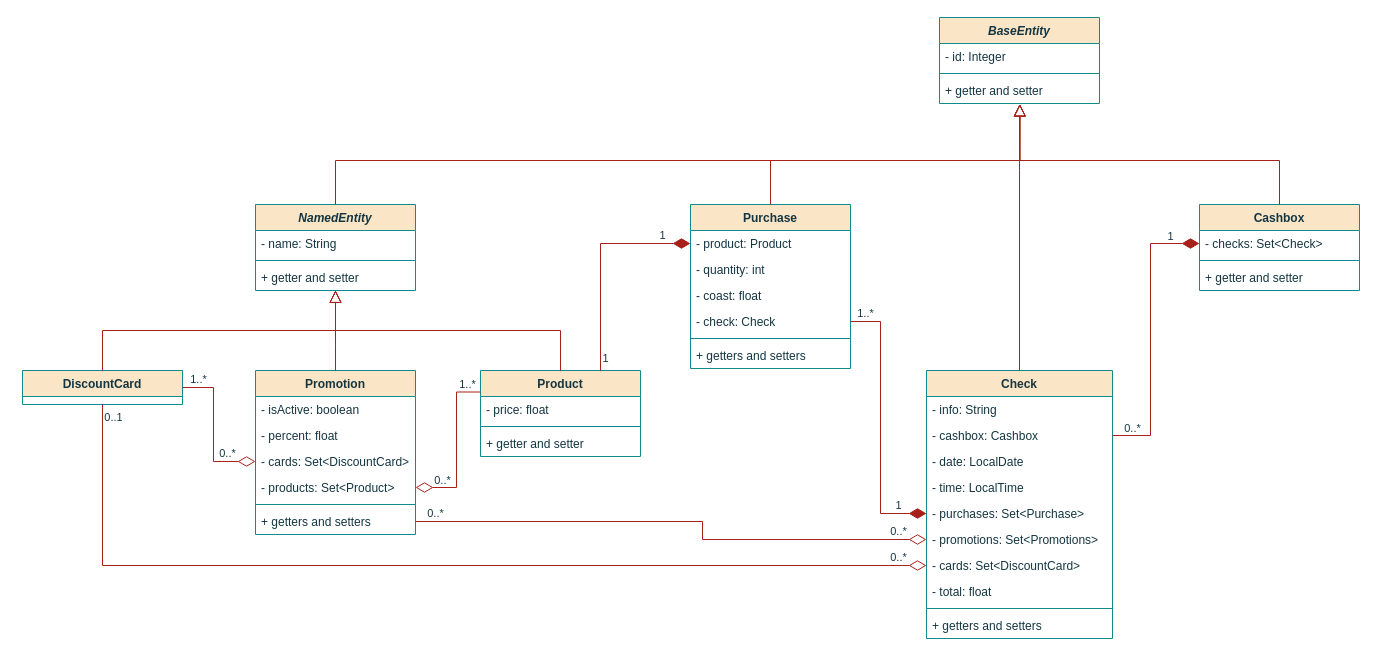
This is diagram/uml-class-diagram.drawio from dyskop/receipt-demo, a draw.io file, before an edit. Source tidied: cells renumbered, new cells numbered last; positions are measured from the earlier drawing's top-left corner, leaving out a move shared by most shapes. Both pictures are drawn from the tidied source at 100%, with x=0, y=0 at pixel (22, 17).
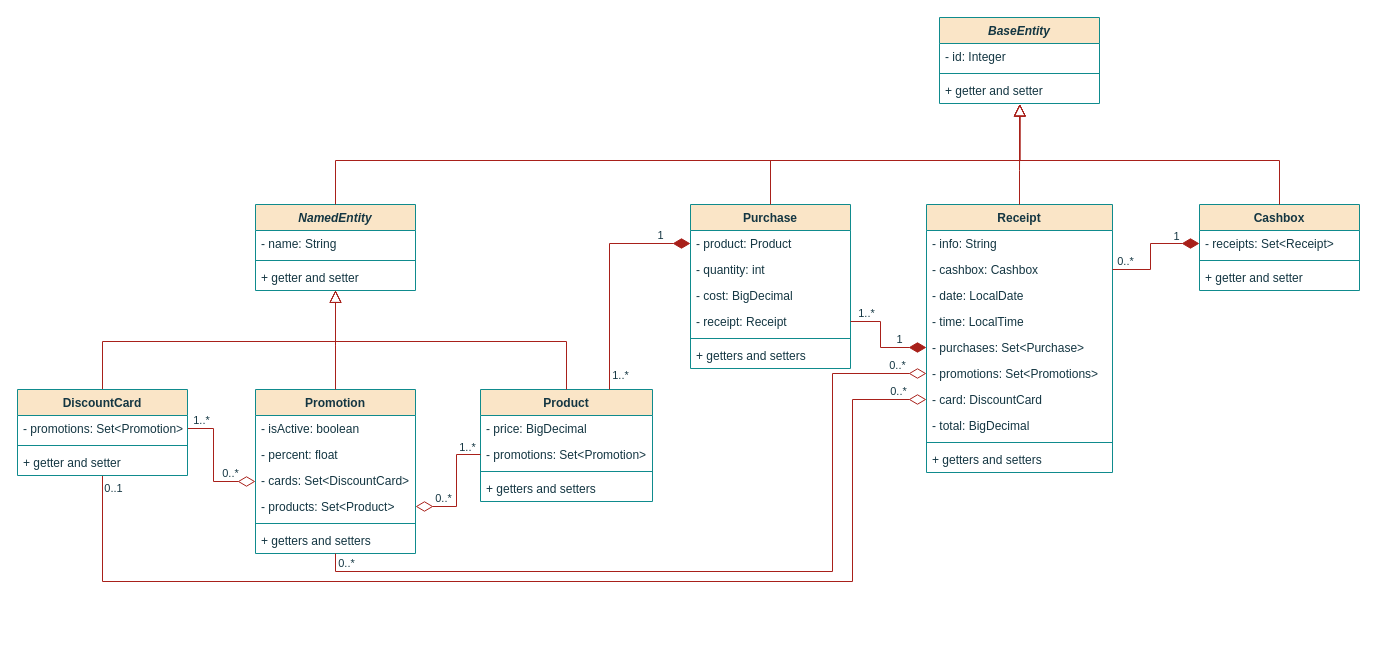
The same diagram, later.

Commit message (it also covers changes not shown here):
fix: modify UML class diagram

The change refers to these unchanged cells:
```xml
<mxCell id="14" value="+ getter and setter" style="text;align=left;verticalAlign=top;spacingLeft=4;spacingRight=4;overflow=hidden;points=[[0,0.5],[1,0.5]];portConstraint=eastwest;rounded=0;labelBackgroundColor=none;fontColor=#143642;" parent="11" vertex="1">
  <mxGeometry y="60" width="160" height="26" as="geometry" />
</mxCell>
<mxCell id="17" value="- cashbox: Cashbox" style="text;align=left;verticalAlign=top;spacingLeft=4;spacingRight=4;overflow=hidden;points=[[0,0.5],[1,0.5]];portConstraint=eastwest;rounded=0;labelBackgroundColor=none;fontColor=#143642;" parent="15" vertex="1">
  <mxGeometry y="52" width="186" height="26" as="geometry" />
</mxCell>
<mxCell id="20" value="- purchases: Set&lt;Purchase&gt;" style="text;align=left;verticalAlign=top;spacingLeft=4;spacingRight=4;overflow=hidden;points=[[0,0.5],[1,0.5]];portConstraint=eastwest;rounded=0;labelBackgroundColor=none;fontColor=#143642;" parent="15" vertex="1">
  <mxGeometry y="130" width="186" height="26" as="geometry" />
</mxCell>
<mxCell id="21" value="- promotions: Set&lt;Promotions&gt;" style="text;align=left;verticalAlign=top;spacingLeft=4;spacingRight=4;overflow=hidden;points=[[0,0.5],[1,0.5]];portConstraint=eastwest;rounded=0;labelBackgroundColor=none;fontColor=#143642;" parent="15" vertex="1">
  <mxGeometry y="156" width="186" height="26" as="geometry" />
</mxCell>
<mxCell id="26" value="Purchase" style="swimlane;fontStyle=1;align=center;verticalAlign=top;horizontal=1;startSize=26;rounded=0;shadow=0;strokeWidth=1;labelBackgroundColor=none;fillColor=#FAE5C7;strokeColor=#0F8B8D;fontColor=#143642;" parent="1" vertex="1">
  <mxGeometry x="668" y="187" width="160" height="164" as="geometry" />
</mxCell>
<mxCell id="27" value="- product: Product" style="text;align=left;verticalAlign=top;spacingLeft=4;spacingRight=4;overflow=hidden;points=[[0,0.5],[1,0.5]];portConstraint=eastwest;rounded=0;labelBackgroundColor=none;fontColor=#143642;" parent="26" vertex="1">
  <mxGeometry y="26" width="160" height="26" as="geometry" />
</mxCell>
<mxCell id="36" value="- cards: Set&lt;DiscountCard&gt;" style="text;align=left;verticalAlign=top;spacingLeft=4;spacingRight=4;overflow=hidden;points=[[0,0.5],[1,0.5]];portConstraint=eastwest;rounded=0;labelBackgroundColor=none;fontColor=#143642;" parent="33" vertex="1">
  <mxGeometry y="78" width="160" height="26" as="geometry" />
</mxCell>
<mxCell id="37" value="- products: Set&lt;Product&gt;" style="text;align=left;verticalAlign=top;spacingLeft=4;spacingRight=4;overflow=hidden;points=[[0,0.5],[1,0.5]];portConstraint=eastwest;rounded=0;labelBackgroundColor=none;fontColor=#143642;" parent="33" vertex="1">
  <mxGeometry y="104" width="160" height="26" as="geometry" />
</mxCell>
<mxCell id="39" value="+ getters and setters" style="text;align=left;verticalAlign=top;spacingLeft=4;spacingRight=4;overflow=hidden;points=[[0,0.5],[1,0.5]];portConstraint=eastwest;rounded=0;labelBackgroundColor=none;fontColor=#143642;" parent="33" vertex="1">
  <mxGeometry y="138" width="160" height="26" as="geometry" />
</mxCell>
<mxCell id="41" value="Cashbox" style="swimlane;fontStyle=1;align=center;verticalAlign=top;horizontal=1;startSize=26;rounded=0;shadow=0;strokeWidth=1;labelBackgroundColor=none;fillColor=#FAE5C7;strokeColor=#0F8B8D;fontColor=#143642;" parent="1" vertex="1">
  <mxGeometry x="1177" y="187" width="160" height="86" as="geometry" />
</mxCell>
```

The edit, as a diff of the source:
```diff
@@
     <mxCell id="6" value="Product" style="swimlane;fontStyle=1;align=center;verticalAlign=top;horizontal=1;startSize=26;rounded=0;shadow=0;strokeWidth=1;labelBackgroundColor=none;fillColor=#FAE5C7;strokeColor=#0F8B8D;fontColor=#143642;" parent="1" vertex="1">
-      <mxGeometry x="458" y="353" width="160" height="86" as="geometry" />
+      <mxGeometry x="458" y="372" width="172" height="112" as="geometry" />
     </mxCell>
-    <mxCell id="7" value="- price: float" style="text;align=left;verticalAlign=top;spacingLeft=4;spacingRight=4;overflow=hidden;rounded=0;labelBackgroundColor=none;fontColor=#143642;" parent="6" vertex="1">
-      <mxGeometry y="26" width="160" height="26" as="geometry" />
+    <mxCell id="7" value="- price: BigDecimal" style="text;align=left;verticalAlign=top;spacingLeft=4;spacingRight=4;overflow=hidden;rounded=0;labelBackgroundColor=none;fontColor=#143642;" parent="6" vertex="1">
+      <mxGeometry y="26" width="172" height="26" as="geometry" />
     </mxCell>
+    <mxCell id="72" value="- promotions: Set&lt;Promotion&gt;" style="text;align=left;verticalAlign=top;spacingLeft=4;spacingRight=4;overflow=hidden;points=[[0,0.5],[1,0.5]];portConstraint=eastwest;rounded=0;labelBackgroundColor=none;fontColor=#143642;" parent="6" vertex="1">
+      <mxGeometry y="52" width="172" height="26" as="geometry" />
+    </mxCell>
     <mxCell id="8" style="line;html=1;strokeWidth=1;align=left;verticalAlign=middle;spacingTop=-1;spacingLeft=3;spacingRight=3;labelPosition=right;rounded=0;labelBackgroundColor=none;fillColor=#FAE5C7;strokeColor=#0F8B8D;fontColor=#143642;" parent="6" vertex="1">
-      <mxGeometry y="52" width="160" height="8" as="geometry" />
+      <mxGeometry y="78" width="172" height="8" as="geometry" />
     </mxCell>
-    <mxCell id="9" value="+ getter and setter" style="text;align=left;verticalAlign=top;spacingLeft=4;spacingRight=4;overflow=hidden;rounded=0;labelBackgroundColor=none;fontColor=#143642;" parent="6" vertex="1">
-      <mxGeometry y="60" width="160" height="26" as="geometry" />
+    <mxCell id="9" value="+ getters and setters" style="text;align=left;verticalAlign=top;spacingLeft=4;spacingRight=4;overflow=hidden;rounded=0;labelBackgroundColor=none;fontColor=#143642;" parent="6" vertex="1">
+      <mxGeometry y="86" width="172" height="26" as="geometry" />
     </mxCell>
-    <mxCell id="10" value="DiscountCard" style="swimlane;fontStyle=1;align=center;verticalAlign=top;horizontal=1;startSize=26;rounded=0;shadow=0;strokeWidth=1;labelBackgroundColor=none;fillColor=#FAE5C7;strokeColor=#0F8B8D;fontColor=#143642;" parent="1" vertex="1">
-      <mxGeometry y="353" width="160" height="34" as="geometry" />
-    </mxCell>
@@
-    <mxCell id="15" value="Check" style="swimlane;fontStyle=1;align=center;verticalAlign=top;horizontal=1;startSize=26;rounded=0;shadow=0;strokeWidth=1;labelBackgroundColor=none;fillColor=#FAE5C7;strokeColor=#0F8B8D;fontColor=#143642;" parent="1" vertex="1">
-      <mxGeometry x="904" y="353" width="186" height="268" as="geometry" />
+    <mxCell id="15" value="Receipt" style="swimlane;fontStyle=1;align=center;verticalAlign=top;horizontal=1;startSize=26;rounded=0;shadow=0;strokeWidth=1;labelBackgroundColor=none;fillColor=#FAE5C7;strokeColor=#0F8B8D;fontColor=#143642;" parent="1" vertex="1">
+      <mxGeometry x="904" y="187" width="186" height="268" as="geometry" />
     </mxCell>
@@
-    <mxCell id="22" value="- cards: Set&lt;DiscountCard&gt;" style="text;align=left;verticalAlign=top;spacingLeft=4;spacingRight=4;overflow=hidden;points=[[0,0.5],[1,0.5]];portConstraint=eastwest;rounded=0;labelBackgroundColor=none;fontColor=#143642;" parent="15" vertex="1">
+    <mxCell id="22" value="- card: DiscountCard" style="text;align=left;verticalAlign=top;spacingLeft=4;spacingRight=4;overflow=hidden;points=[[0,0.5],[1,0.5]];portConstraint=eastwest;rounded=0;labelBackgroundColor=none;fontColor=#143642;" parent="15" vertex="1">
       <mxGeometry y="182" width="186" height="26" as="geometry" />
     </mxCell>
-    <mxCell id="23" value="- total: float" style="text;align=left;verticalAlign=top;spacingLeft=4;spacingRight=4;overflow=hidden;rounded=0;labelBackgroundColor=none;fontColor=#143642;" parent="15" vertex="1">
+    <mxCell id="23" value="- total: BigDecimal" style="text;align=left;verticalAlign=top;spacingLeft=4;spacingRight=4;overflow=hidden;rounded=0;labelBackgroundColor=none;fontColor=#143642;" parent="15" vertex="1">
       <mxGeometry y="208" width="186" height="26" as="geometry" />
     </mxCell>
@@
-    <mxCell id="29" value="- coast: float" style="text;align=left;verticalAlign=top;spacingLeft=4;spacingRight=4;overflow=hidden;rounded=0;labelBackgroundColor=none;fontColor=#143642;" parent="26" vertex="1">
+    <mxCell id="29" value="- cost: BigDecimal" style="text;align=left;verticalAlign=top;spacingLeft=4;spacingRight=4;overflow=hidden;rounded=0;labelBackgroundColor=none;fontColor=#143642;" parent="26" vertex="1">
       <mxGeometry y="78" width="160" height="26" as="geometry" />
     </mxCell>
-    <mxCell id="30" value="- check: Check" style="text;align=left;verticalAlign=top;spacingLeft=4;spacingRight=4;overflow=hidden;points=[[0,0.5],[1,0.5]];portConstraint=eastwest;rounded=0;labelBackgroundColor=none;fontColor=#143642;" parent="26" vertex="1">
+    <mxCell id="30" value="- receipt: Receipt" style="text;align=left;verticalAlign=top;spacingLeft=4;spacingRight=4;overflow=hidden;points=[[0,0.5],[1,0.5]];portConstraint=eastwest;rounded=0;labelBackgroundColor=none;fontColor=#143642;" parent="26" vertex="1">
       <mxGeometry y="104" width="160" height="26" as="geometry" />
     </mxCell>
@@
     <mxCell id="33" value="Promotion" style="swimlane;fontStyle=1;align=center;verticalAlign=top;horizontal=1;startSize=26;rounded=0;shadow=0;strokeWidth=1;labelBackgroundColor=none;fillColor=#FAE5C7;strokeColor=#0F8B8D;fontColor=#143642;" parent="1" vertex="1">
-      <mxGeometry x="233" y="353" width="160" height="164" as="geometry" />
+      <mxGeometry x="233" y="372" width="160" height="164" as="geometry" />
     </mxCell>
@@
-    <mxCell id="42" value="- checks: Set&lt;Check&gt;" style="text;align=left;verticalAlign=top;spacingLeft=4;spacingRight=4;overflow=hidden;points=[[0,0.5],[1,0.5]];portConstraint=eastwest;rounded=0;labelBackgroundColor=none;fontColor=#143642;" parent="41" vertex="1">
+    <mxCell id="42" value="- receipts: Set&lt;Receipt&gt;" style="text;align=left;verticalAlign=top;spacingLeft=4;spacingRight=4;overflow=hidden;points=[[0,0.5],[1,0.5]];portConstraint=eastwest;rounded=0;labelBackgroundColor=none;fontColor=#143642;" parent="41" vertex="1">
       <mxGeometry y="26" width="160" height="26" as="geometry" />
     </mxCell>
@@
     <mxCell id="48" style="endArrow=block;endSize=10;endFill=0;shadow=0;strokeWidth=1;rounded=0;edgeStyle=elbowEdgeStyle;elbow=vertical;exitX=0.5;exitY=0;exitDx=0;exitDy=0;entryX=0.5;entryY=0.994;entryDx=0;entryDy=0;entryPerimeter=0;labelBackgroundColor=none;strokeColor=#A8201A;fontColor=default;" parent="1" edge="1" source="6" target="14">
       <mxGeometry relative="1" as="geometry">
         <Array as="points">
-          <mxPoint x="388" y="313" />
+          <mxPoint x="430" y="324" />
           <mxPoint x="354" y="328.4" />
           <mxPoint x="54" y="271.4" />
           <mxPoint x="44" y="268.4" />
         </Array>
       </mxGeometry>
     </mxCell>
     <mxCell id="49" style="endArrow=block;endSize=10;endFill=0;shadow=0;strokeWidth=1;rounded=0;edgeStyle=elbowEdgeStyle;elbow=vertical;exitX=0.5;exitY=0;exitDx=0;exitDy=0;entryX=0.5;entryY=0.994;entryDx=0;entryDy=0;entryPerimeter=0;labelBackgroundColor=none;strokeColor=#A8201A;fontColor=default;" parent="1" edge="1" source="10" target="14">
       <mxGeometry relative="1" as="geometry">
         <Array as="points">
-          <mxPoint x="248" y="313" />
+          <mxPoint x="200" y="324" />
           <mxPoint x="358" y="329" />
           <mxPoint x="548" y="328" />
           <mxPoint x="354" y="328.4" />
           <mxPoint x="54" y="271.4" />
           <mxPoint x="44" y="268.4" />
         </Array>
       </mxGeometry>
     </mxCell>
@@
     <mxCell id="51" style="endArrow=diamondThin;endFill=1;endSize=15;html=1;rounded=0;fontFamily=Helvetica;fontSize=12;fontColor=default;startSize=15;exitX=1;exitY=0.5;exitDx=0;exitDy=0;edgeStyle=orthogonalEdgeStyle;labelBackgroundColor=none;strokeColor=#A8201A;entryX=0;entryY=0.5;entryDx=0;entryDy=0;" parent="1" edge="1" source="17" target="42">
       <mxGeometry relative="1" as="geometry">
         <Array as="points">
-          <mxPoint x="1128" y="418" />
+          <mxPoint x="1128" y="252" />
           <mxPoint x="1128" y="226" />
         </Array>
       </mxGeometry>
     </mxCell>
     <mxCell id="52" value="1" style="edgeLabel;html=1;align=center;verticalAlign=middle;fontColor=#143642;" parent="51" vertex="1">
       <mxGeometry x="0.75" relative="1" as="geometry">
-        <mxPoint x="5" y="-8" as="offset" />
+        <mxPoint x="-10" y="-8" as="offset" />
       </mxGeometry>
     </mxCell>
     <mxCell id="53" value="0..*" style="edgeLabel;html=1;align=center;verticalAlign=middle;fontColor=#143642;" parent="51" vertex="1">
       <mxGeometry x="-0.8" relative="1" as="geometry">
-        <mxPoint x="-9" y="-8" as="offset" />
+        <mxPoint x="1" y="-9" as="offset" />
       </mxGeometry>
     </mxCell>
     <mxCell id="54" style="endArrow=diamondThin;endFill=1;endSize=15;html=1;rounded=0;fontFamily=Helvetica;fontSize=12;fontColor=default;startSize=15;edgeStyle=orthogonalEdgeStyle;exitX=1;exitY=0.5;exitDx=0;exitDy=0;labelBackgroundColor=none;strokeColor=#A8201A;entryX=0;entryY=0.5;entryDx=0;entryDy=0;" parent="1" edge="1" source="30" target="20">
       <mxGeometry relative="1" as="geometry">
         <Array as="points">
           <mxPoint x="858" y="304" />
-          <mxPoint x="858" y="496" />
+          <mxPoint x="858" y="330" />
         </Array>
       </mxGeometry>
     </mxCell>
     <mxCell id="55" value="1" style="edgeLabel;html=1;align=center;verticalAlign=middle;fontColor=#143642;" parent="54" vertex="1">
       <mxGeometry x="0.74" relative="1" as="geometry">
-        <mxPoint x="6" y="-9" as="offset" />
+        <mxPoint x="-15" y="-9" as="offset" />
       </mxGeometry>
     </mxCell>
     <mxCell id="56" value="1..*" style="edgeLabel;html=1;align=center;verticalAlign=middle;fontColor=#143642;" parent="54" vertex="1">
       <mxGeometry x="-0.81" y="1" relative="1" as="geometry">
-        <mxPoint x="-11" y="-8" as="offset" />
+        <mxPoint x="5" y="-8" as="offset" />
       </mxGeometry>
     </mxCell>
     <mxCell id="57" style="endArrow=diamondThin;endFill=1;endSize=15;html=1;rounded=0;fontFamily=Helvetica;fontSize=12;fontColor=default;startSize=15;edgeStyle=orthogonalEdgeStyle;exitX=0.75;exitY=0;exitDx=0;exitDy=0;entryX=0;entryY=0.5;entryDx=0;entryDy=0;labelBackgroundColor=none;strokeColor=#A8201A;" parent="1" edge="1" source="6" target="27">
       <mxGeometry relative="1" as="geometry">
         <Array as="points">
-          <mxPoint x="578" y="226" />
+          <mxPoint x="587" y="226" />
         </Array>
       </mxGeometry>
     </mxCell>
@@
-    <mxCell id="59" value="1" style="edgeLabel;html=1;align=center;verticalAlign=middle;fontColor=#143642;" parent="57" vertex="1">
+    <mxCell id="59" value="1..*" style="edgeLabel;html=1;align=center;verticalAlign=middle;fontColor=#143642;" parent="57" vertex="1">
       <mxGeometry x="-0.9" relative="1" as="geometry">
-        <mxPoint x="4" y="-2" as="offset" />
+        <mxPoint x="10" y="-4" as="offset" />
       </mxGeometry>
     </mxCell>
-    <mxCell id="60" style="endArrow=diamondThin;endFill=0;endSize=15;html=1;rounded=0;fontFamily=Helvetica;fontSize=12;fontColor=default;startSize=15;edgeStyle=orthogonalEdgeStyle;entryX=0;entryY=0.5;entryDx=0;entryDy=0;exitX=1;exitY=0.5;exitDx=0;exitDy=0;labelBackgroundColor=none;strokeColor=#A8201A;" parent="1" edge="1" source="10" target="36">
+    <mxCell id="60" style="endArrow=diamondThin;endFill=0;endSize=15;html=1;rounded=0;fontFamily=Helvetica;fontSize=12;fontColor=default;startSize=15;edgeStyle=orthogonalEdgeStyle;labelBackgroundColor=none;strokeColor=#A8201A;exitX=1;exitY=0.5;exitDx=0;exitDy=0;" parent="1" edge="1" source="73" target="36">
       <mxGeometry relative="1" as="geometry">
         <Array as="points">
-          <mxPoint x="191" y="370" />
-          <mxPoint x="191" y="444" />
+          <mxPoint x="191" y="411" />
+          <mxPoint x="191" y="464" />
         </Array>
       </mxGeometry>
     </mxCell>
     <mxCell id="61" value="0..*" style="edgeLabel;html=1;align=center;verticalAlign=middle;fontColor=#143642;" parent="60" vertex="1">
       <mxGeometry x="0.62" y="1" relative="1" as="geometry">
-        <mxPoint x="-1" y="-8" as="offset" />
+        <mxPoint x="-3" y="-8" as="offset" />
       </mxGeometry>
     </mxCell>
@@
-    <mxCell id="63" style="endArrow=diamondThin;endFill=0;endSize=15;html=1;rounded=0;fontFamily=Helvetica;fontSize=12;fontColor=default;startSize=15;edgeStyle=orthogonalEdgeStyle;entryX=1;entryY=0.5;entryDx=0;entryDy=0;exitX=0;exitY=0.25;exitDx=0;exitDy=0;labelBackgroundColor=none;strokeColor=#A8201A;" parent="1" edge="1" source="6" target="37">
+    <mxCell id="63" style="endArrow=diamondThin;endFill=0;endSize=15;html=1;rounded=0;fontFamily=Helvetica;fontSize=12;fontColor=default;startSize=15;edgeStyle=orthogonalEdgeStyle;entryX=1;entryY=0.5;entryDx=0;entryDy=0;labelBackgroundColor=none;strokeColor=#A8201A;exitX=0;exitY=0.5;exitDx=0;exitDy=0;" parent="1" edge="1" source="72" target="37">
       <mxGeometry relative="1" as="geometry">
         <Array as="points">
-          <mxPoint x="434" y="374" />
-          <mxPoint x="434" y="470" />
+          <mxPoint x="434" y="437" />
+          <mxPoint x="434" y="489" />
         </Array>
       </mxGeometry>
     </mxCell>
     <mxCell id="64" value="1..*" style="edgeLabel;html=1;align=center;verticalAlign=middle;fontColor=#143642;" parent="63" vertex="1">
       <mxGeometry x="-0.86" y="-5" relative="1" as="geometry">
-        <mxPoint x="-3" y="-3" as="offset" />
+        <mxPoint x="-6" y="-3" as="offset" />
       </mxGeometry>
     </mxCell>
     <mxCell id="65" value="0..*" style="edgeLabel;html=1;align=center;verticalAlign=middle;fontColor=#143642;" parent="63" vertex="1">
       <mxGeometry x="0.63" y="-3" relative="1" as="geometry">
-        <mxPoint x="-3" y="-5" as="offset" />
+        <mxPoint x="5" y="-6" as="offset" />
       </mxGeometry>
     </mxCell>
-    <mxCell id="66" style="endArrow=diamondThin;endFill=0;endSize=15;html=1;rounded=0;fontFamily=Helvetica;fontSize=12;fontColor=default;startSize=15;edgeStyle=orthogonalEdgeStyle;labelBackgroundColor=none;strokeColor=#A8201A;entryX=0;entryY=0.5;entryDx=0;entryDy=0;" parent="1" edge="1" target="22">
+    <mxCell id="66" style="endArrow=diamondThin;endFill=0;endSize=15;html=1;rounded=0;fontFamily=Helvetica;fontSize=12;fontColor=default;startSize=15;edgeStyle=orthogonalEdgeStyle;labelBackgroundColor=none;strokeColor=#A8201A;entryX=0;entryY=0.5;entryDx=0;entryDy=0;" parent="1" edge="1" source="75" target="22">
       <mxGeometry relative="1" as="geometry">
-        <mxPoint x="80" y="387" as="sourcePoint" />
         <Array as="points">
-          <mxPoint x="80" y="548" />
+          <mxPoint x="80" y="564" />
+          <mxPoint x="830" y="564" />
+          <mxPoint x="830" y="382" />
         </Array>
       </mxGeometry>
     </mxCell>
     <mxCell id="67" value="0..*" style="edgeLabel;html=1;align=center;verticalAlign=middle;fontColor=#143642;" parent="66" vertex="1">
       <mxGeometry x="0.95" y="1" relative="1" as="geometry">
-        <mxPoint x="-4" y="-8" as="offset" />
+        <mxPoint x="-1" y="-8" as="offset" />
       </mxGeometry>
     </mxCell>
     <mxCell id="68" value="0..1" style="edgeLabel;html=1;align=center;verticalAlign=middle;fontColor=#143642;" parent="66" vertex="1">
       <mxGeometry x="-0.98" y="-1" relative="1" as="geometry">
-        <mxPoint x="11" y="2" as="offset" />
+        <mxPoint x="11" y="1" as="offset" />
       </mxGeometry>
     </mxCell>
     <mxCell id="69" style="endArrow=diamondThin;endFill=0;endSize=15;html=1;rounded=0;fontFamily=Helvetica;fontSize=12;fontColor=default;startSize=15;edgeStyle=orthogonalEdgeStyle;labelBackgroundColor=none;strokeColor=#A8201A;entryX=0;entryY=0.5;entryDx=0;entryDy=0;" parent="1" edge="1" source="39" target="21">
       <mxGeometry relative="1" as="geometry">
         <Array as="points">
-          <mxPoint x="680" y="504" />
-          <mxPoint x="680" y="522" />
+          <mxPoint x="313" y="554" />
+          <mxPoint x="810" y="554" />
+          <mxPoint x="810" y="356" />
         </Array>
       </mxGeometry>
     </mxCell>
     <mxCell id="70" value="0..*" style="edgeLabel;html=1;align=center;verticalAlign=middle;fontColor=#143642;" parent="69" vertex="1">
       <mxGeometry x="0.86" y="-1" relative="1" as="geometry">
-        <mxPoint x="8" y="-10" as="offset" />
+        <mxPoint x="26" y="-10" as="offset" />
       </mxGeometry>
     </mxCell>
@@
+    <mxCell id="10" value="DiscountCard" style="swimlane;fontStyle=1;align=center;verticalAlign=top;horizontal=1;startSize=26;rounded=0;shadow=0;strokeWidth=1;labelBackgroundColor=none;fillColor=#FAE5C7;strokeColor=#0F8B8D;fontColor=#143642;" parent="1" vertex="1">
+      <mxGeometry x="-5" y="372" width="170" height="86" as="geometry" />
+    </mxCell>
+    <mxCell id="73" value="- promotions: Set&lt;Promotion&gt;" style="text;align=left;verticalAlign=top;spacingLeft=4;spacingRight=4;overflow=hidden;points=[[0,0.5],[1,0.5]];portConstraint=eastwest;rounded=0;labelBackgroundColor=none;fontColor=#143642;" parent="10" vertex="1">
+      <mxGeometry y="26" width="170" height="26" as="geometry" />
+    </mxCell>
+    <mxCell id="74" style="line;html=1;strokeWidth=1;align=left;verticalAlign=middle;spacingTop=-1;spacingLeft=3;spacingRight=3;labelPosition=right;rounded=0;labelBackgroundColor=none;fillColor=#FAE5C7;strokeColor=#0F8B8D;fontColor=#143642;" parent="10" vertex="1">
+      <mxGeometry y="52" width="170" height="8" as="geometry" />
+    </mxCell>
+    <mxCell id="75" value="+ getter and setter" style="text;align=left;verticalAlign=top;spacingLeft=4;spacingRight=4;overflow=hidden;points=[[0,0.5],[1,0.5]];portConstraint=eastwest;rounded=0;labelBackgroundColor=none;fontColor=#143642;" parent="10" vertex="1">
+      <mxGeometry y="60" width="170" height="26" as="geometry" />
+    </mxCell>
```
